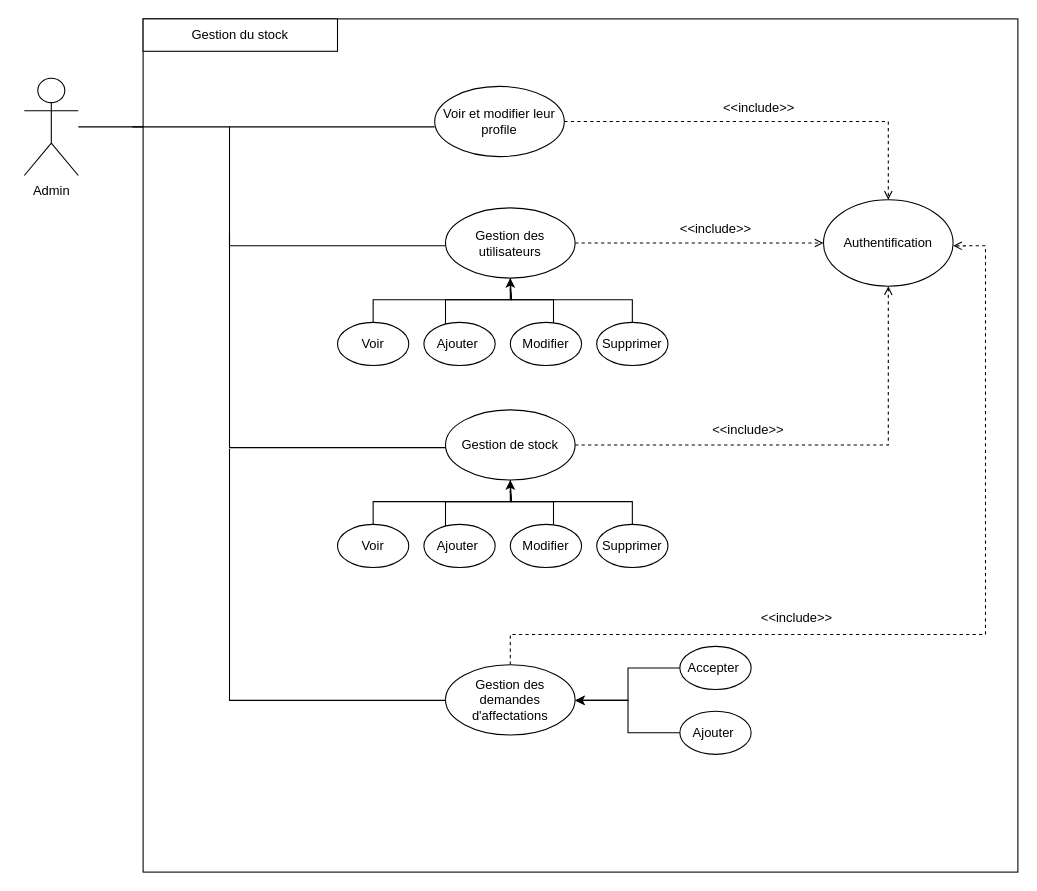
Othmane-EL-BAROUDI/Circet-Stock keeps this draw.io diagram as Documents/UML/Conception/Usecase_Admin.drawio. Above is the earlier version. Source tidied: cells renumbered, new cells numbered last; positions are measured from the earlier drawing's top-left corner, leaving out a move shared by most shapes. Both pictures are drawn from the tidied source at 108%, with x=0, y=0 at pixel (18, 18).
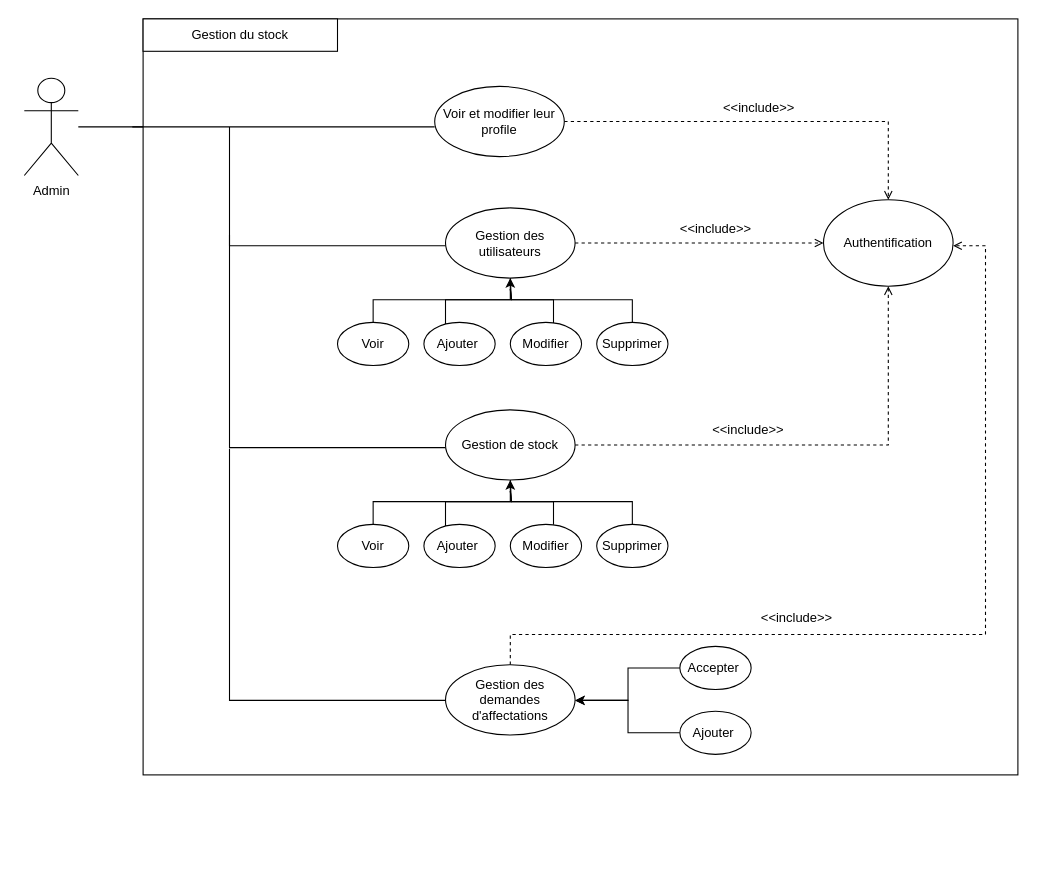
Above is the later version.

The change refers to these unchanged cells:
```xml
<mxCell id="38" value="Gestion des demandes d'affectations" style="ellipse;whiteSpace=wrap;html=1;" parent="1" vertex="1">
  <mxGeometry x="395" y="598" width="120" height="65" as="geometry" />
</mxCell>
```

What changed in the source:
```diff
@@
     <mxCell id="5" style="rounded=0;whiteSpace=wrap;html=1;" parent="1" vertex="1">
-      <mxGeometry x="115" width="810" height="790" as="geometry" />
+      <mxGeometry x="115" width="810" height="700" as="geometry" />
     </mxCell>
@@
-    <mxCell id="37" style="edgeStyle=orthogonalEdgeStyle;rounded=0;jettySize=auto;html=1;entryX=0.926;entryY=0.266;entryDx=0;entryDy=0;entryPerimeter=0;dashed=1;endArrow=open;endFill=0;" parent="1" edge="1" source="38" target="5">
+    <mxCell id="37" style="edgeStyle=orthogonalEdgeStyle;rounded=0;jettySize=auto;html=1;dashed=1;endArrow=open;endFill=0;" parent="1" edge="1" source="38">
       <mxGeometry relative="1" as="geometry">
+        <mxPoint x="865" y="210" as="targetPoint" />
         <Array as="points">
           <mxPoint x="455" y="570" />
           <mxPoint x="895" y="570" />
           <mxPoint x="895" y="210" />
         </Array>
       </mxGeometry>
     </mxCell>
```
